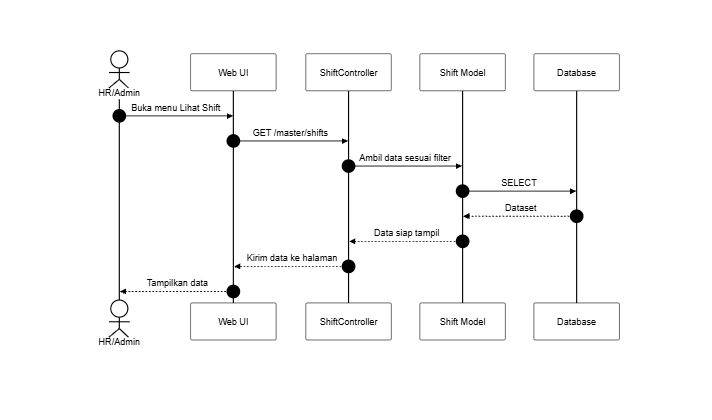
SulaimanHafi23/SimpegRSHDI keeps this Mermaid diagram as docs/SequenceDiagram/PNG_Transparent/DataMasterShift-LihatShift.png. Above is the earlier version. Its source is kept beside it as docs/SequenceDiagram/DataMasterShift-LihatShift.mermaid.
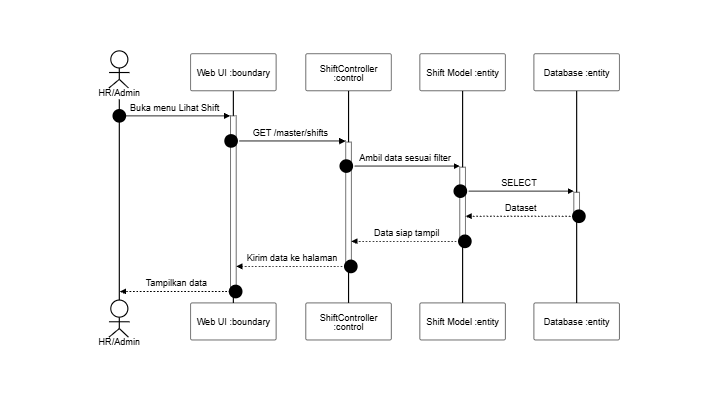
The same diagram one commit later.

Diff of the diagram source:
```diff
@@ -2,16 +2,16 @@
 sequenceDiagram
     autonumber
     actor A as HR/Admin
-    participant UI as Web UI
-    participant C as ShiftController
-    participant M as Shift Model
-    participant DB as Database
+    participant UI as Web UI :boundary
+    participant C as ShiftController :control
+    participant M as Shift Model :entity
+    participant DB as Database :entity
 
-    A->>UI: Buka menu Lihat Shift
-    UI->>C: GET /master/shifts
-    C->>M: Ambil data sesuai filter
-    M->>DB: SELECT
-    DB-->>M: Dataset
-    M-->>C: Data siap tampil
-    C-->>UI: Kirim data ke halaman
-    UI-->>A: Tampilkan data
+    A->>+UI: Buka menu Lihat Shift
+    UI->>+C: GET /master/shifts
+    C->>+M: Ambil data sesuai filter
+    M->>+DB: SELECT
+    DB-->>-M: Dataset
+    M-->>-C: Data siap tampil
+    C-->>-UI: Kirim data ke halaman
+    UI-->>-A: Tampilkan data
```
